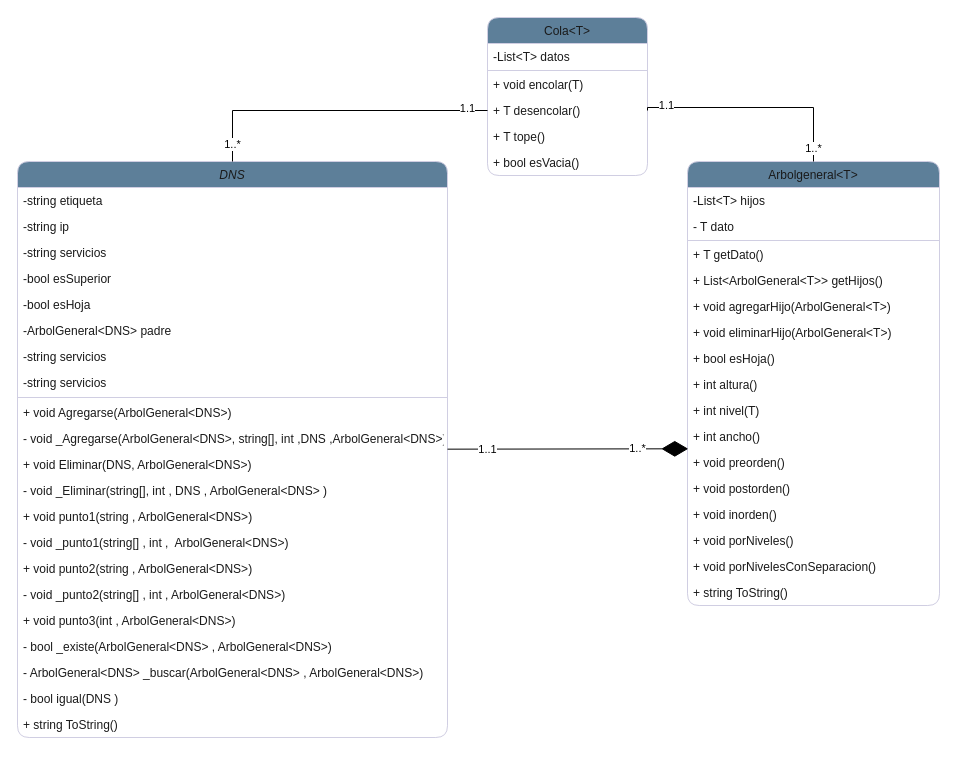
Earlier version of the draw.io diagram Informe/Diagrama UML.drawio (AlexWake1/Trabajo-practico-DNS). Source tidied: cells renumbered, new cells numbered last; positions are measured from the earlier drawing's top-left corner, leaving out a move shared by most shapes. Both pictures are drawn from the tidied source at 100%, with x=0, y=0 at pixel (17, 17).
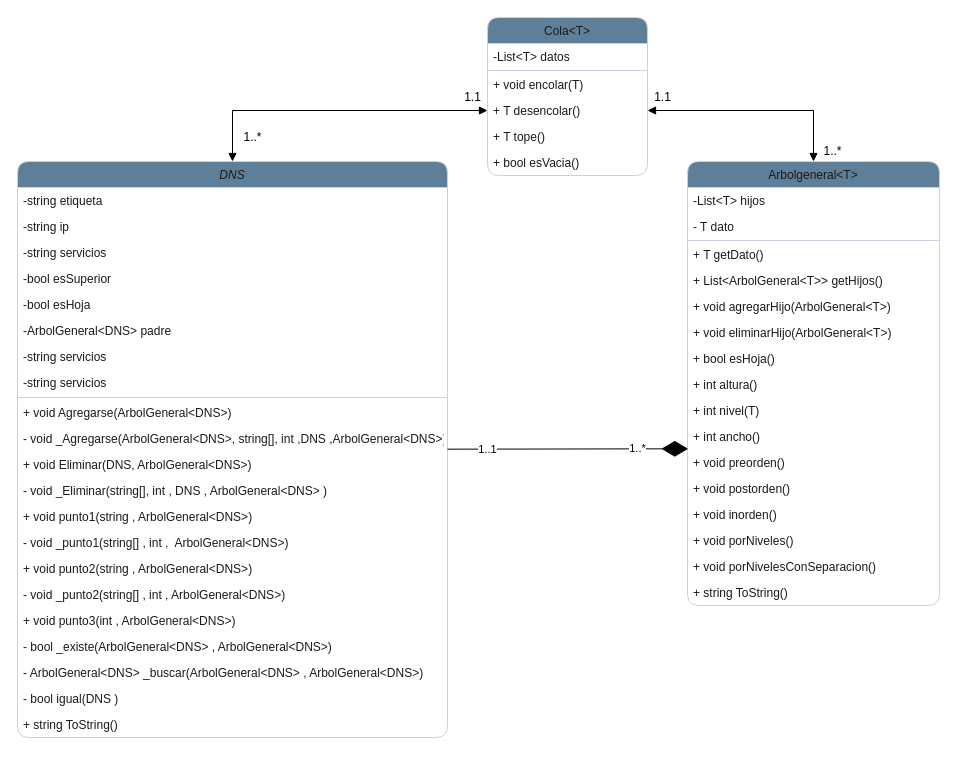
The same diagram, later.

Unchanged cells that the change refers to:
```xml
<mxCell id="2" value="DNS" style="swimlane;fontStyle=2;align=center;verticalAlign=top;horizontal=1;startSize=26;rounded=1;shadow=0;strokeWidth=1;fillColor=#5D7F99;strokeColor=#D0CEE2;fontColor=#1A1A1A;" parent="1" vertex="1">
  <mxGeometry y="144" width="430" height="576" as="geometry" />
</mxCell>
<mxCell id="25" value="Arbolgeneral&lt;T&gt;" style="swimlane;fontStyle=0;align=center;verticalAlign=top;horizontal=1;startSize=26;rounded=1;shadow=0;strokeWidth=1;fillColor=#5D7F99;strokeColor=#D0CEE2;fontColor=#1A1A1A;" parent="1" vertex="1">
  <mxGeometry x="670" y="144" width="252" height="444" as="geometry" />
</mxCell>
<mxCell id="47" value="+ T desencolar()" style="text;align=left;verticalAlign=top;spacingLeft=4;spacingRight=4;overflow=hidden;points=[[0,0.5],[1,0.5]];portConstraint=eastwest;rounded=1;fontColor=#1A1A1A;" parent="43" vertex="1">
  <mxGeometry y="80" width="160" height="26" as="geometry" />
</mxCell>
```

Change to the diagram source:
```diff
@@
-    <mxCell id="53" style="endArrow=none;html=1;edgeStyle=orthogonalEdgeStyle;rounded=0;exitX=0.5;exitY=0;exitDx=0;exitDy=0;entryX=0;entryY=0.5;entryDx=0;entryDy=0;" parent="1" edge="1" source="2" target="47">
+    <mxCell id="53" style="endArrow=block;startArrow=block;endFill=1;startFill=1;html=1;rounded=0;exitX=0.5;exitY=0;exitDx=0;exitDy=0;entryX=0;entryY=0.5;entryDx=0;entryDy=0;edgeStyle=orthogonalEdgeStyle;" parent="1" edge="1" source="2" target="47">
       <mxGeometry relative="1" as="geometry" />
     </mxCell>
-    <mxCell id="54" value="1..*" style="edgeLabel;html=1;align=center;verticalAlign=middle;" parent="53" vertex="1">
-      <mxGeometry x="-0.88" y="1" relative="1" as="geometry" />
-    </mxCell>
-    <mxCell id="55" value="1.1" style="edgeLabel;html=1;align=center;verticalAlign=middle;" parent="53" vertex="1">
-      <mxGeometry x="0.66" relative="1" as="geometry">
-        <mxPoint x="31" y="-3" as="offset" />
-      </mxGeometry>
-    </mxCell>
-    <mxCell id="56" style="endArrow=none;html=1;edgeStyle=orthogonalEdgeStyle;rounded=0;exitX=0.5;exitY=0;exitDx=0;exitDy=0;entryX=1;entryY=0.5;entryDx=0;entryDy=0;" parent="1" edge="1" source="25" target="47">
-      <mxGeometry relative="1" as="geometry">
-        <Array as="points">
-          <mxPoint x="796" y="90" />
-          <mxPoint x="630" y="90" />
-        </Array>
-      </mxGeometry>
-    </mxCell>
-    <mxCell id="57" value="1.1" style="edgeLabel;html=1;align=center;verticalAlign=middle;" parent="56" vertex="1">
-      <mxGeometry x="0.72" y="1" relative="1" as="geometry">
-        <mxPoint x="-10" y="-4" as="offset" />
-      </mxGeometry>
-    </mxCell>
-    <mxCell id="58" value="1..*" style="edgeLabel;html=1;align=center;verticalAlign=middle;" parent="56" vertex="1">
-      <mxGeometry x="-0.91" y="1" relative="1" as="geometry">
-        <mxPoint y="-4" as="offset" />
-      </mxGeometry>
-    </mxCell>
+    <mxCell id="59" style="endArrow=block;startArrow=block;endFill=1;startFill=1;html=1;rounded=0;exitX=1;exitY=0.5;exitDx=0;exitDy=0;entryX=0.5;entryY=0;entryDx=0;entryDy=0;edgeStyle=orthogonalEdgeStyle;" parent="1" edge="1" source="47" target="25">
+      <mxGeometry relative="1" as="geometry" />
+    </mxCell>
+    <mxCell id="60" value="1..*" style="text;html=1;align=center;verticalAlign=middle;strokeColor=none;fillColor=none;" parent="1" vertex="1">
+      <mxGeometry x="220" y="110" width="30" height="20" as="geometry" />
+    </mxCell>
+    <mxCell id="61" value="1.1" style="text;html=1;align=center;verticalAlign=middle;strokeColor=none;fillColor=none;" parent="1" vertex="1">
+      <mxGeometry x="440" y="70" width="30" height="20" as="geometry" />
+    </mxCell>
+    <mxCell id="62" value="1.1" style="text;html=1;align=center;verticalAlign=middle;strokeColor=none;fillColor=none;" parent="1" vertex="1">
+      <mxGeometry x="630" y="70" width="30" height="20" as="geometry" />
+    </mxCell>
+    <mxCell id="63" value="1..*" style="text;html=1;align=center;verticalAlign=middle;strokeColor=none;fillColor=none;" parent="1" vertex="1">
+      <mxGeometry x="800" y="124" width="30" height="20" as="geometry" />
+    </mxCell>
```
